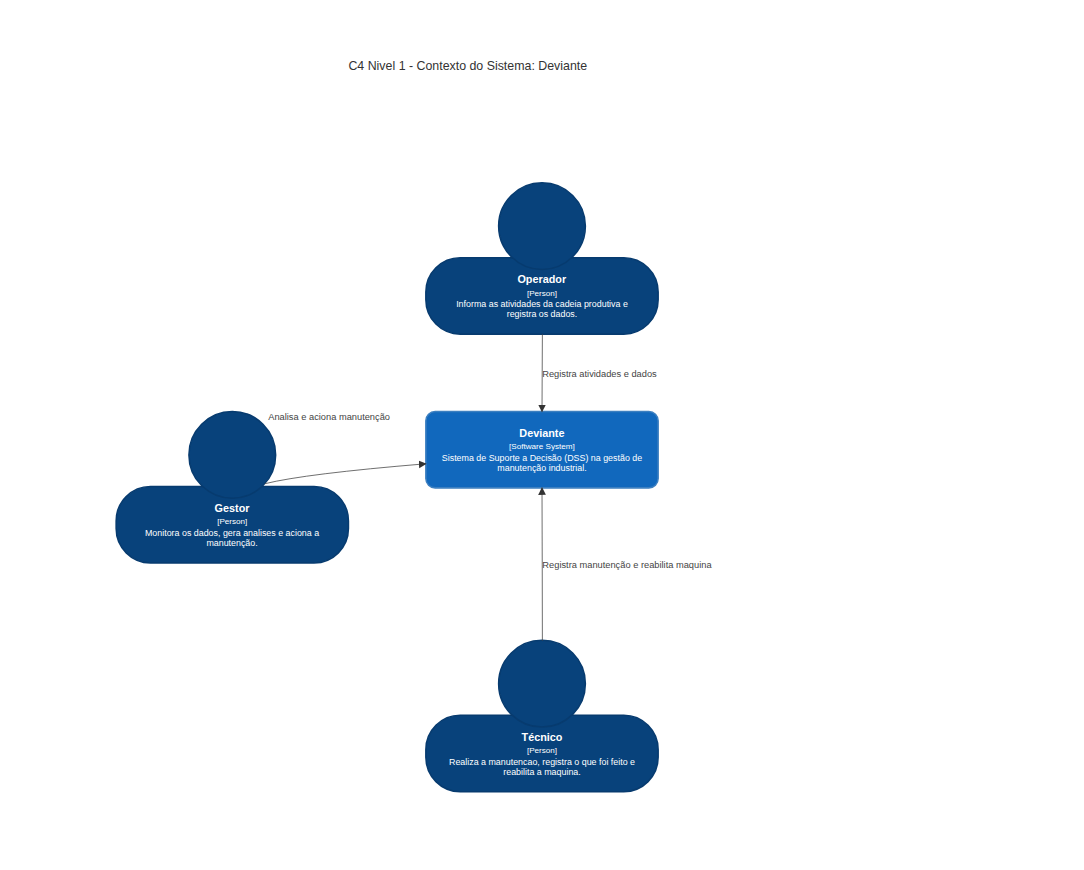
The Mermaid diagram architecture/c4/level 1.png in aland3r/deviante-docs, before a commit. Its source is kept beside it as architecture/c4/level 1.mmd.
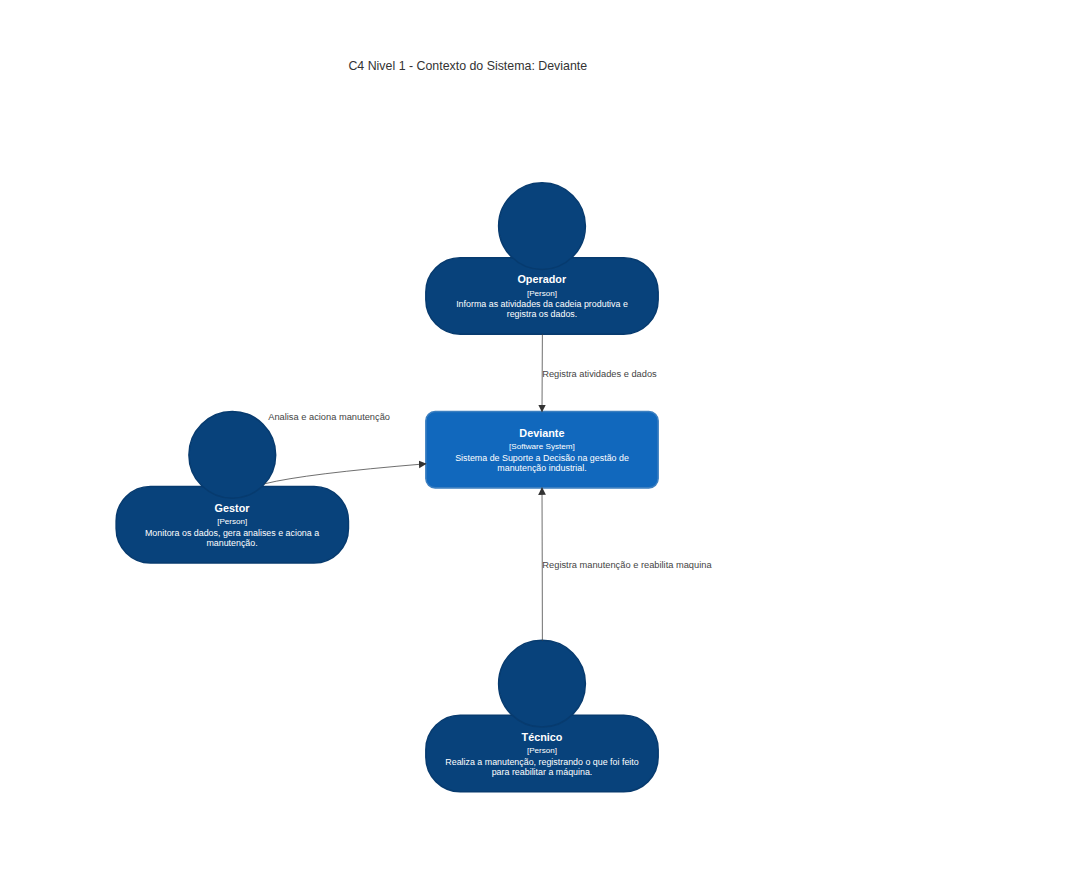
Later version of the same file.

What changed in the source:
```diff
@@ -6,10 +6,10 @@
     Person(operador, "Operador", "Informa as atividades da cadeia produtiva e registra os dados.")
     System(e2, " ", " ")
     Person(gestor, "Gestor", "Monitora os dados, gera analises e aciona a manutenção.")
-    System(deviante, "Deviante", "Sistema de Suporte a Decisão (DSS) na gestão de manutenção industrial.")
+    System(deviante, "Deviante", "Sistema de Suporte a Decisão na gestão de manutenção industrial.")
     System(e3, " ", " ")
     System(e4, " ", " ")
-    Person(tecnico, "Técnico", "Realiza a manutencao, registra o que foi feito e reabilita a maquina.")
+    Person(tecnico, "Técnico", "Realiza a manutenção, registrando o que foi feito para reabilitar a máquina.")
     System(e5, " ", " ")
 
     Rel(operador, deviante, "Registra atividades e dados")
```
